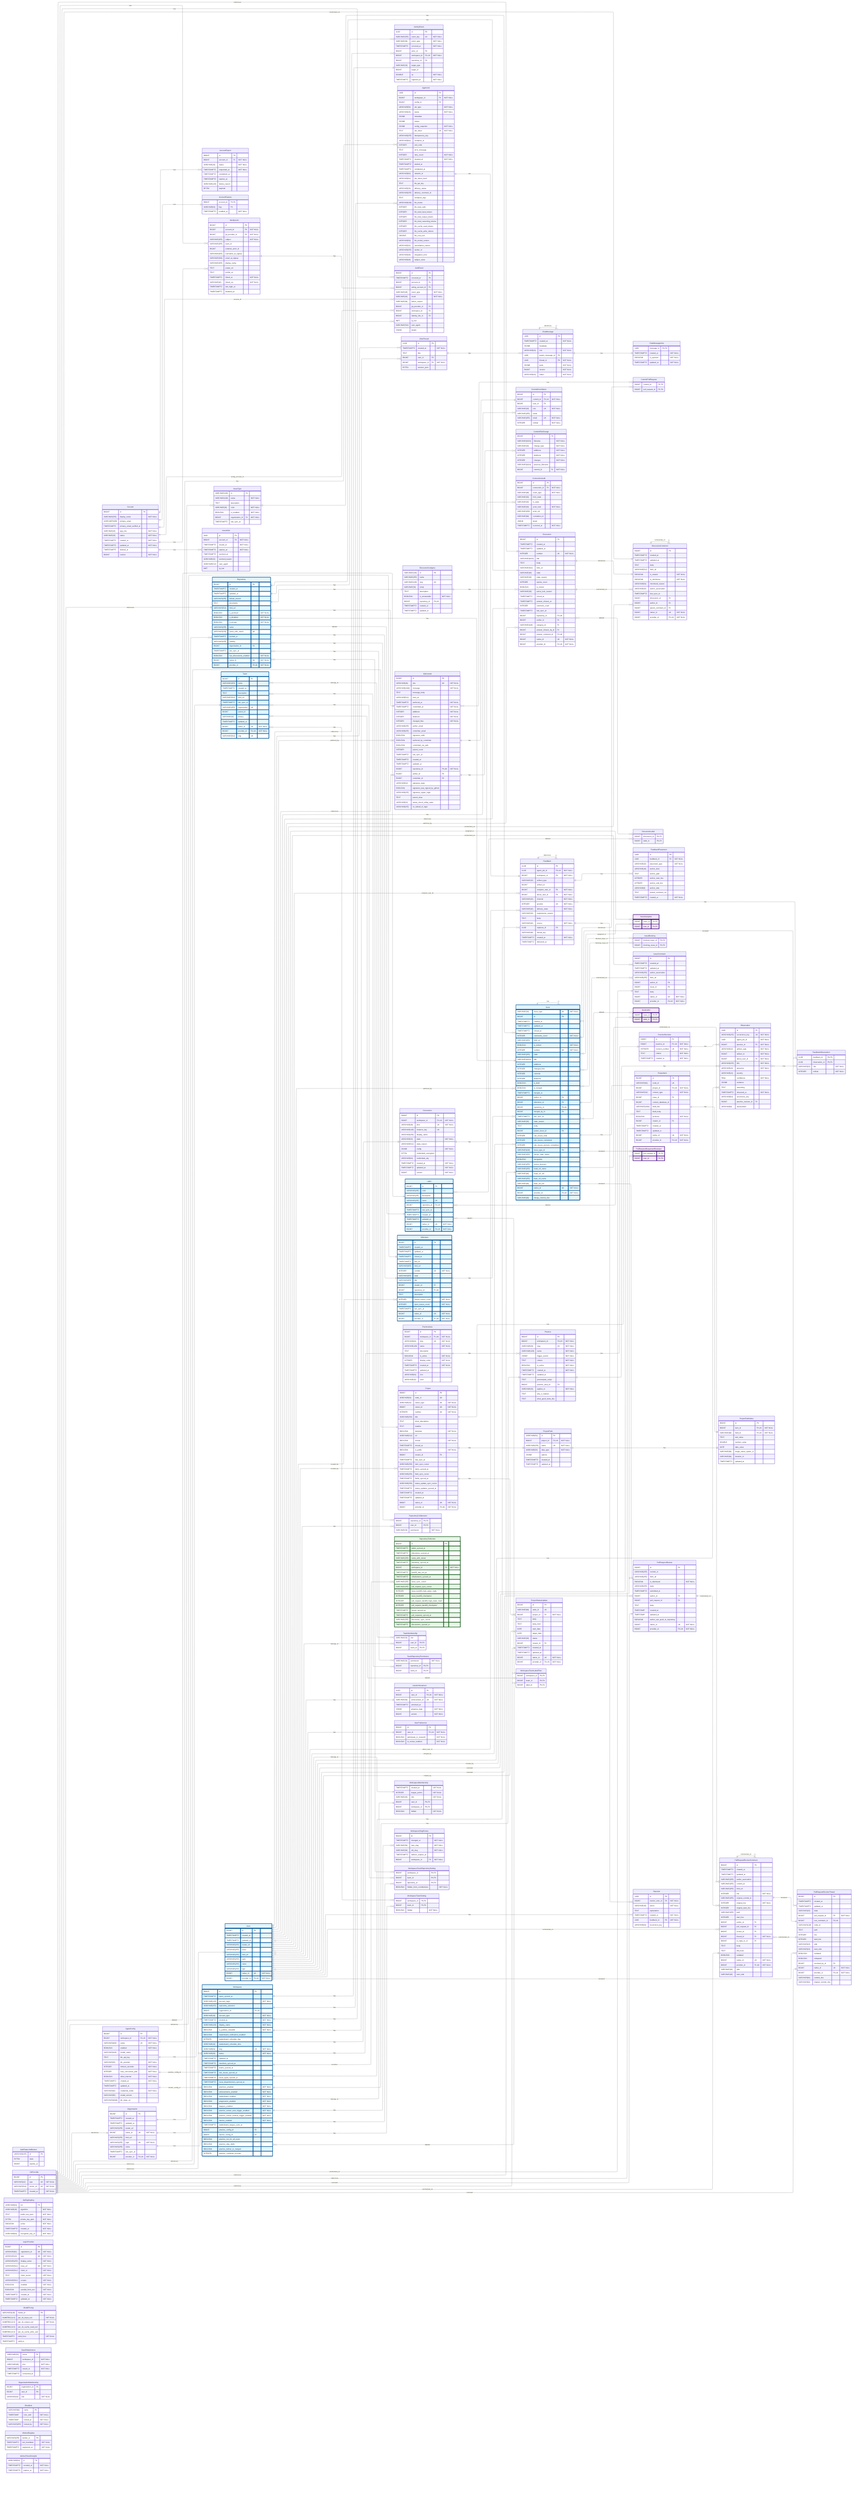
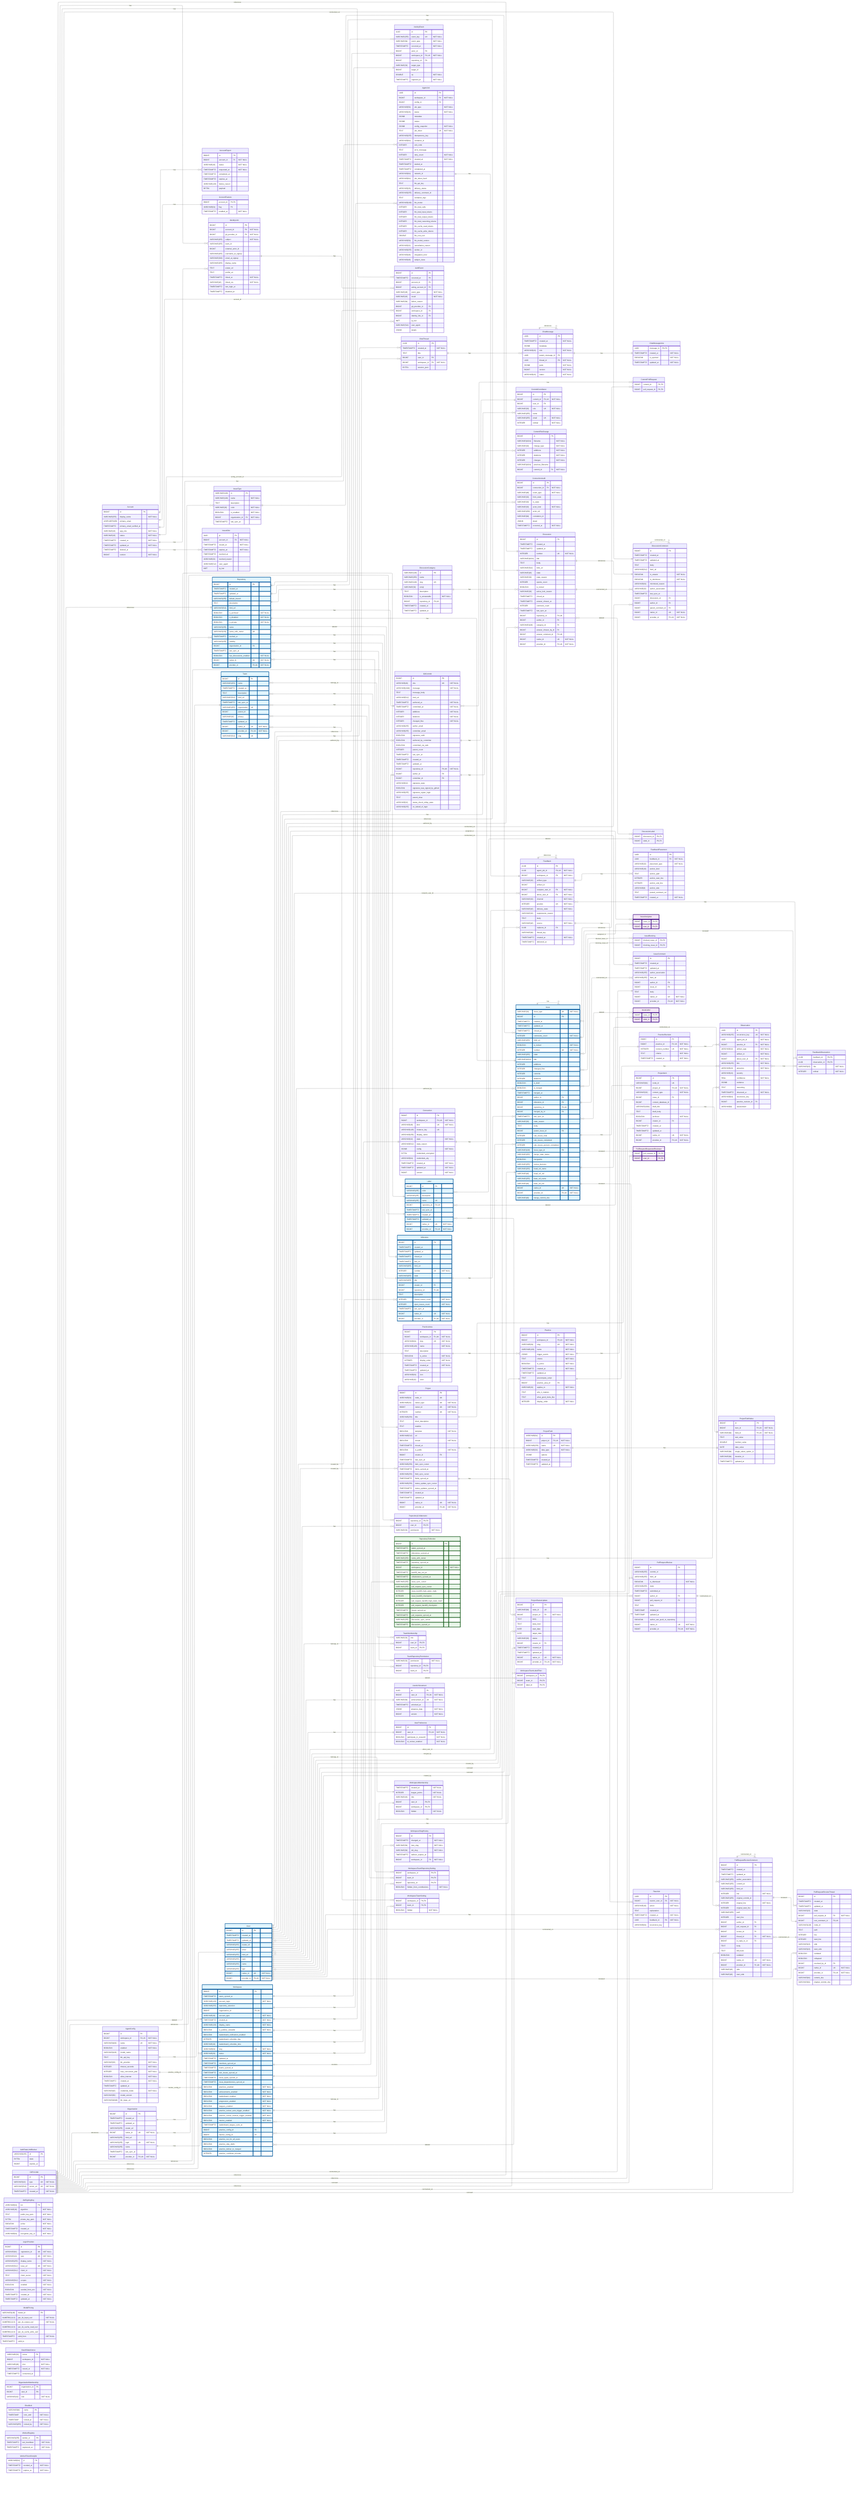
---
config:
    layout: elk
---
erDiagram
    %% Generated automatically from PostgreSQL database schema
    %% using scripts/generate-mermaid-erd.ts
    %% To regenerate: pnpm run db:generate-erd-docs

    direction LR

    Account {
        BIGINT id PK
        VARCHAR(255) display_name "NOT NULL"
        USER-DEFINED primary_email
        TIMESTAMPTZ primary_email_verified_at
        VARCHAR(16) app_role "NOT NULL"
        VARCHAR(16) status "NOT NULL"
        TIMESTAMPTZ created_at "NOT NULL"
        TIMESTAMPTZ updated_at "NOT NULL"
        TIMESTAMPTZ deleted_at
        BIGINT version "NOT NULL"
    }

    AccountExport {
        BIGINT id PK
        BIGINT account_id FK "NOT NULL"
        VARCHAR(16) status "NOT NULL"
        TIMESTAMPTZ requested_at "NOT NULL"
        TIMESTAMPTZ completed_at
        TIMESTAMPTZ expires_at
        VARCHAR(128) failure_reason
        BYTEA payload
    }

    AccountFeature {
        BIGINT account_id PK,FK
        VARCHAR(64) flag PK
        TIMESTAMPTZ enabled_at "NOT NULL"
    }

    ActivityEvent {
        UUID id PK
        VARCHAR(255) event_key UK "NOT NULL"
        VARCHAR(64) event_type "NOT NULL"
        TIMESTAMPTZ occurred_at "NOT NULL"
        BIGINT actor_id FK
        BIGINT workspace_id FK,UK "NOT NULL"
        BIGINT repository_id FK
        VARCHAR(32) target_type
        BIGINT target_id
        DOUBLE xp "NOT NULL"
        TIMESTAMPTZ ingested_at "NOT NULL"
    }

    AgentConfig {
        BIGINT id PK
        BIGINT workspace_id FK,UK "NOT NULL"
        VARCHAR(100) name UK "NOT NULL"
        BOOLEAN enabled "NOT NULL"
        VARCHAR(128) model_name
        TEXT llm_api_key
        VARCHAR(32) llm_provider "NOT NULL"
        INTEGER timeout_seconds "NOT NULL"
        INTEGER max_concurrent_jobs "NOT NULL"
        BOOLEAN allow_internet "NOT NULL"
        TIMESTAMPTZ created_at "NOT NULL"
        TIMESTAMPTZ updated_at
        VARCHAR(16) credential_mode "NOT NULL"
        VARCHAR(50) model_version
        VARCHAR(2048) llm_base_url
    }

    AgentJob {
        UUID id PK
        BIGINT workspace_id FK "NOT NULL"
        BIGINT config_id FK
        VARCHAR(50) job_type "NOT NULL"
        VARCHAR(20) status "NOT NULL"
        JSONB metadata
        JSONB output
        JSONB config_snapshot "NOT NULL"
        TEXT job_token UK "NOT NULL"
        VARCHAR(255) idempotency_key
        VARCHAR(64) container_id
        INTEGER exit_code
        TEXT error_message
        INTEGER retry_count "NOT NULL"
        TIMESTAMPTZ created_at "NOT NULL"
        TIMESTAMPTZ started_at
        TIMESTAMPTZ completed_at
        VARCHAR(64) network_id
        VARCHAR(64) job_token_hash
        TEXT llm_api_key
        VARCHAR(20) delivery_status
        VARCHAR(255) delivery_comment_id
        TEXT container_logs
        VARCHAR(100) llm_model
        INTEGER llm_total_calls
        INTEGER llm_total_input_tokens
        INTEGER llm_total_output_tokens
        INTEGER llm_total_reasoning_tokens
        INTEGER llm_cache_read_tokens
        INTEGER llm_cache_write_tokens
        DOUBLE llm_cost_usd
        VARCHAR(50) llm_model_version
        VARCHAR(32) cancellation_reason
        VARCHAR(255) worker_id
        VARCHAR(48) integration_kind
        VARCHAR(48) subject_class
    }

    AuthEvent {
        BIGINT id PK
        TIMESTAMPTZ occurred_at PK
        BIGINT account_id FK
        BIGINT acting_account_id FK
        VARCHAR(48) event_type "NOT NULL"
        VARCHAR(16) result "NOT NULL"
        VARCHAR(64) failure_reason
        BIGINT git_provider_id FK
        BIGINT workspace_id FK
        BIGINT identity_link_id FK
        INET ip_inet
        VARCHAR(512) user_agent
        JSONB details
    }

    AuthRateLimitBucket {
        VARCHAR(255) id PK
        BYTEA state
        BIGINT expires_at
    }

    ChatMessage {
        UUID id PK
        TIMESTAMPTZ created_at "NOT NULL"
        JSONB metadata
        VARCHAR(16) role "NOT NULL"
        UUID parent_message_id FK
        UUID thread_id FK "NOT NULL"
        JSONB parts "NOT NULL"
        BIGINT version "NOT NULL"
        VARCHAR(16) status "NOT NULL"
    }

    ChatMessageVote {
        UUID message_id PK,FK
        TIMESTAMPTZ created_at "NOT NULL"
        BOOLEAN is_upvoted "NOT NULL"
        TIMESTAMPTZ updated_at "NOT NULL"
    }

    ChatThread {
        UUID id PK
        TIMESTAMPTZ created_at "NOT NULL"
        TEXT title
        BIGINT user_id FK
        BIGINT workspace_id FK "NOT NULL"
        BYTEA session_jsonl
    }

    CommitContributor {
        BIGINT id PK
        BIGINT commit_id FK,UK "NOT NULL"
        BIGINT user_id FK
        VARCHAR(32) role UK "NOT NULL"
        VARCHAR(255) name
        VARCHAR(255) email UK "NOT NULL"
        INTEGER ordinal "NOT NULL"
    }

    CommitFileChange {
        BIGINT id PK
        VARCHAR(1024) filename "NOT NULL"
        VARCHAR(32) change_type "NOT NULL"
        INTEGER additions "NOT NULL"
        INTEGER deletions "NOT NULL"
        INTEGER changes "NOT NULL"
        VARCHAR(1024) previous_filename
        BIGINT commit_id FK "NOT NULL"
    }

    CommitPullRequest {
        BIGINT commit_id PK,FK
        BIGINT pull_request_id PK,FK
    }

    Connection {
        BIGINT id PK
        BIGINT workspace_id FK,UK "NOT NULL"
        VARCHAR(48) kind UK "NOT NULL"
        VARCHAR(128) instance_key UK
        VARCHAR(256) display_name
        VARCHAR(32) state "NOT NULL"
        VARCHAR(512) state_reason
        JSONB config "NOT NULL"
        BYTEA credentials_encrypted
        VARCHAR(64) credentials_alg
        TIMESTAMPTZ created_at "NOT NULL"
        TIMESTAMPTZ updated_at "NOT NULL"
        BIGINT version "NOT NULL"
    }

    ConnectionAudit {
        BIGINT id PK
        BIGINT connection_id FK "NOT NULL"
        VARCHAR(48) event_type "NOT NULL"
        VARCHAR(32) from_state
        VARCHAR(32) to_state
        VARCHAR(32) actor_kind "NOT NULL"
        VARCHAR(256) actor_ref
        VARCHAR(64) correlation_id
        JSONB detail
        TIMESTAMPTZ occurred_at "NOT NULL"
    }

    Discussion {
        BIGINT id PK
        TIMESTAMPTZ created_at
        TIMESTAMPTZ updated_at
        INTEGER number UK "NOT NULL"
        VARCHAR(1024) title
        TEXT body
        VARCHAR(512) html_url
        VARCHAR(16) state
        VARCHAR(32) state_reason
        INTEGER upvote_count
        BOOLEAN is_locked
        VARCHAR(32) active_lock_reason
        TIMESTAMPTZ closed_at
        TIMESTAMPTZ answer_chosen_at
        INTEGER comment_count
        TIMESTAMPTZ last_sync_at
        BIGINT repository_id FK,UK
        BIGINT author_id FK
        VARCHAR(128) category_id FK
        BIGINT answer_chosen_by_id FK
        BIGINT answer_comment_id FK,UK
        BIGINT native_id UK "NOT NULL"
        BIGINT provider_id FK,UK "NOT NULL"
    }

    DiscussionCategory {
        VARCHAR(128) id PK
        VARCHAR(255) name
        VARCHAR(128) slug UK
        VARCHAR(32) emoji
        TEXT description
        BOOLEAN is_answerable "NOT NULL"
        BIGINT repository_id FK,UK
        TIMESTAMPTZ created_at
        TIMESTAMPTZ updated_at
    }

    DiscussionComment {
        BIGINT id PK
        TIMESTAMPTZ created_at
        TIMESTAMPTZ updated_at
        TEXT body
        VARCHAR(512) html_url
        BOOLEAN is_answer "NOT NULL"
        BOOLEAN is_minimized "NOT NULL"
        VARCHAR(64) minimized_reason
        VARCHAR(32) author_association
        TIMESTAMPTZ last_sync_at
        BIGINT discussion_id FK
        BIGINT author_id FK
        BIGINT parent_comment_id FK
        BIGINT native_id UK "NOT NULL"
        BIGINT provider_id FK,UK "NOT NULL"
    }

    DiscussionLabel {
        BIGINT discussion_id PK,FK
        BIGINT label_id PK,FK
    }

    Feedback {
        UUID id PK
        UUID agent_job_id FK,UK "NOT NULL"
        BIGINT workspace_id FK "NOT NULL"
        VARCHAR(32) artifact_type
        BIGINT artifact_id
        BIGINT recipient_user_id FK "NOT NULL"
        BIGINT about_user_id FK "NOT NULL"
        VARCHAR(32) channel "NOT NULL"
        INTEGER position UK "NOT NULL"
        VARCHAR(16) delivery_state "NOT NULL"
        VARCHAR(32) suppression_reason
        TEXT body
        VARCHAR(16) source "NOT NULL"
        UUID replaces_id FK
        VARCHAR(64) thread_key
        TIMESTAMPTZ created_at "NOT NULL"
        TIMESTAMPTZ delivered_at
    }

    FeedbackObservation {
        UUID feedback_id PK,FK
        UUID observation_id PK,FK
        VARCHAR(16) role "NOT NULL"
        INTEGER ordinal "NOT NULL"
    }

    FeedbackPlacement {
        UUID id PK
        UUID feedback_id FK "NOT NULL"
        VARCHAR(32) placement_type "NOT NULL"
        VARCHAR(16) anchor_kind
        TEXT anchor_path
        INTEGER anchor_start_line
        INTEGER anchor_end_line
        VARCHAR(8) anchor_side
        TEXT posted_comment_ref
        TIMESTAMPTZ created_at "NOT NULL"
    }

    GitCommit {
        BIGINT id PK
        VARCHAR(40) sha UK "NOT NULL"
        VARCHAR(1024) message "NOT NULL"
        TEXT message_body
        VARCHAR(512) html_url
        TIMESTAMPTZ authored_at "NOT NULL"
        TIMESTAMPTZ committed_at "NOT NULL"
        INTEGER additions "NOT NULL"
        INTEGER deletions "NOT NULL"
        INTEGER changed_files "NOT NULL"
        VARCHAR(255) author_email
        VARCHAR(255) committer_email
        BOOLEAN signature_valid
        BOOLEAN authored_by_committer
        BOOLEAN committed_via_web
        INTEGER parent_count
        TIMESTAMPTZ last_sync_at
        TIMESTAMPTZ created_at
        TIMESTAMPTZ updated_at
        BIGINT repository_id FK,UK "NOT NULL"
        BIGINT author_id FK
        BIGINT committer_id FK
        VARCHAR(32) signature_state
        BOOLEAN signature_was_signed_by_github
        VARCHAR(255) signature_signer_login
        TEXT parent_shas
        VARCHAR(32) status_check_rollup_state
        VARCHAR(255) on_behalf_of_login
    }

    GitProvider {
        BIGINT id PK
        VARCHAR(10) type UK "NOT NULL"
        VARCHAR(512) server_url UK "NOT NULL"
        TIMESTAMPTZ created_at "NOT NULL"
    }

    IdentityLink {
        BIGINT id PK
        BIGINT account_id FK "NOT NULL"
        BIGINT git_provider_id FK "NOT NULL"
        VARCHAR(255) subject "NOT NULL"
        VARCHAR(255) team_id
        BIGINT external_actor_id
        VARCHAR(255) username_at_signup
        VARCHAR(320) email_at_signup
        VARCHAR(255) display_name
        TEXT avatar_url
        TEXT profile_url
        TIMESTAMPTZ linked_at "NOT NULL"
        VARCHAR(16) linked_via "NOT NULL"
        TIMESTAMPTZ last_login_at
        TIMESTAMPTZ disabled_at
    }

    Issue {
        VARCHAR(31) issue_type UK "NOT NULL"
        BIGINT id PK
        TIMESTAMPTZ created_at
        TIMESTAMPTZ updated_at
        TIMESTAMPTZ closed_at
        INTEGER comments_count "NOT NULL"
        VARCHAR(255) html_url
        BOOLEAN is_locked "NOT NULL"
        INTEGER number UK "NOT NULL"
        VARCHAR(255) state
        VARCHAR(1024) title
        INTEGER additions
        INTEGER changed_files
        INTEGER commits
        INTEGER deletions
        BOOLEAN is_draft
        BOOLEAN is_merged
        TIMESTAMPTZ merged_at
        BIGINT author_id FK
        BIGINT milestone_id FK
        BIGINT repository_id FK,UK
        BIGINT merged_by_id FK
        TIMESTAMPTZ last_sync_at
        VARCHAR(32) state_reason
        TEXT body
        BIGINT parent_issue_id FK
        INTEGER sub_issues_total
        INTEGER sub_issues_completed
        INTEGER sub_issues_percent_completed
        VARCHAR(128) issue_type_id FK
        VARCHAR(255) merge_state_status
        BOOLEAN mergeable
        VARCHAR(255) review_decision
        VARCHAR(255) head_ref_name
        VARCHAR(40) head_ref_oid
        VARCHAR(255) base_ref_name
        VARCHAR(40) base_ref_oid
        BIGINT native_id UK "NOT NULL"
        BIGINT provider_id FK,UK "NOT NULL"
        VARCHAR(40) merge_commit_sha
    }

    IssueAssignee {
        BIGINT issue_id PK,FK
        BIGINT user_id PK,FK
    }

    IssueBlocking {
        BIGINT blocked_issue_id PK,FK
        BIGINT blocking_issue_id PK,FK
    }

    IssueComment {
        BIGINT id PK
        TIMESTAMPTZ created_at
        TIMESTAMPTZ updated_at
        VARCHAR(255) author_association
        VARCHAR(255) html_url
        BIGINT author_id FK
        BIGINT issue_id FK
        TEXT body
        BIGINT native_id UK "NOT NULL"
        BIGINT provider_id FK,UK "NOT NULL"
    }

    IssueLabel {
        BIGINT issue_id PK,FK
        BIGINT label_id PK,FK
    }

    IssueType {
        VARCHAR(128) id PK
        VARCHAR(128) name "NOT NULL"
        TEXT description
        VARCHAR(20) color "NOT NULL"
        BOOLEAN is_enabled "NOT NULL"
        BIGINT organization_id FK "NOT NULL"
        TIMESTAMPTZ last_sync_at
    }

    IssuedJwt {
        UUID jti PK
        BIGINT account_id FK "NOT NULL"
        TIMESTAMPTZ issued_at "NOT NULL"
        TIMESTAMPTZ expires_at "NOT NULL"
        TIMESTAMPTZ revoked_at
        VARCHAR(32) revoked_reason
        VARCHAR(512) user_agent
        INET ip_inet
    }

    JwtSigningKey {
        VARCHAR(64) kid PK
        VARCHAR(16) algorithm "NOT NULL"
        TEXT public_key_pem "NOT NULL"
        BYTEA private_key_pem "NOT NULL"
        BOOLEAN active "NOT NULL"
        TIMESTAMPTZ created_at "NOT NULL"
        VARCHAR(64) encryption_key_id "NOT NULL"
    }

    Label {
        BIGINT id PK
        VARCHAR(255) color
        VARCHAR(255) description
        VARCHAR(255) name UK
        BIGINT repository_id FK,UK
        TIMESTAMPTZ last_sync_at
        TIMESTAMPTZ created_at
        TIMESTAMPTZ updated_at
        BIGINT native_id UK "NOT NULL"
        BIGINT provider_id FK,UK "NOT NULL"
    }

    LoginProvider {
        BIGINT id PK
        VARCHAR(64) registration_id UK "NOT NULL"
        VARCHAR(10) type UK "NOT NULL"
        VARCHAR(255) display_name "NOT NULL"
        VARCHAR(512) base_url UK "NOT NULL"
        VARCHAR(512) client_id "NOT NULL"
        TEXT client_secret "NOT NULL"
        VARCHAR(512) scopes "NOT NULL"
        BOOLEAN enabled "NOT NULL"
        BOOLEAN seeded_from_env "NOT NULL"
        TIMESTAMPTZ created_at "NOT NULL"
        TIMESTAMPTZ updated_at "NOT NULL"
    }

    Milestone {
        BIGINT id PK
        TIMESTAMPTZ created_at
        TIMESTAMPTZ updated_at
        TIMESTAMPTZ closed_at
        TIMESTAMPTZ due_on
        VARCHAR(255) html_url
        INTEGER number UK "NOT NULL"
        VARCHAR(255) state
        VARCHAR(255) title
        BIGINT creator_id FK
        BIGINT repository_id FK,UK
        TEXT description
        INTEGER closed_issues_count "NOT NULL"
        INTEGER open_issues_count "NOT NULL"
        TIMESTAMPTZ last_sync_at
        BIGINT native_id UK "NOT NULL"
        BIGINT provider_id FK,UK "NOT NULL"
    }

    ModelPricing {
        VARCHAR(128) model_id PK
        NUMERIC(12,6) per_1k_input_usd "NOT NULL"
        NUMERIC(12,6) per_1k_output_usd "NOT NULL"
        NUMERIC(12,6) per_1k_cache_read_usd
        NUMERIC(12,6) per_1k_cache_write_usd
        TIMESTAMPTZ valid_from "NOT NULL"
        TIMESTAMPTZ valid_to
    }

    OauthStateNonce {
        VARCHAR(32) nonce PK
        BIGINT workspace_id "NOT NULL"
        VARCHAR(48) kind "NOT NULL"
        TIMESTAMPTZ issued_at "NOT NULL"
        TIMESTAMPTZ consumed_at
    }

    Observation {
        UUID id PK
        VARCHAR(255) occurrence_key UK "NOT NULL"
        UUID agent_job_id "NOT NULL"
        BIGINT practice_id FK "NOT NULL"
        VARCHAR(32) artifact_type "NOT NULL"
        BIGINT artifact_id "NOT NULL"
        BIGINT about_user_id FK "NOT NULL"
        VARCHAR(255) title "NOT NULL"
        VARCHAR(16) presence "NOT NULL"
        VARCHAR(16) severity
        REAL confidence "NOT NULL"
        JSONB evidence
        TEXT reasoning
        TIMESTAMPTZ observed_at "NOT NULL"
        VARCHAR(64) recurrence_key
        BIGINT practice_revision_id FK
        VARCHAR(8) assessment
    }

    Organization {
        BIGINT id PK
        TIMESTAMPTZ created_at
        TIMESTAMPTZ updated_at
        VARCHAR(255) avatar_url
        BIGINT native_id UK "NOT NULL"
        VARCHAR(255) html_url
        VARCHAR(255) login UK "NOT NULL"
        VARCHAR(255) name
        TIMESTAMPTZ last_sync_at
        BIGINT provider_id FK,UK "NOT NULL"
    }

    OrganizationMembership {
        BIGINT organization_id PK
        BIGINT user_id PK
        VARCHAR(32) role "NOT NULL"
    }

    Practice {
        BIGINT id PK
        BIGINT workspace_id FK,UK "NOT NULL"
        VARCHAR(64) slug UK "NOT NULL"
        VARCHAR(128) name "NOT NULL"
        JSONB trigger_events "NOT NULL"
        TEXT criteria "NOT NULL"
        BOOLEAN is_active "NOT NULL"
        TIMESTAMPTZ created_at "NOT NULL"
        TIMESTAMPTZ updated_at
        TEXT precompute_script
        BIGINT practice_area_id FK
        VARCHAR(32) applies_to "NOT NULL"
        TEXT why_it_matters
        TEXT what_good_looks_like
+         INTEGER display_order "NOT NULL"
    }

    PracticeArea {
        BIGINT id PK
        BIGINT workspace_id FK,UK "NOT NULL"
        VARCHAR(64) slug UK "NOT NULL"
        VARCHAR(128) name "NOT NULL"
        TEXT description
        BOOLEAN is_active "NOT NULL"
        INTEGER display_order "NOT NULL"
        TIMESTAMPTZ created_at "NOT NULL"
        TIMESTAMPTZ updated_at
        VARCHAR(64) icon
        VARCHAR(32) color
    }

    PracticeRevision {
        BIGINT id PK
        BIGINT practice_id FK,UK "NOT NULL"
        INTEGER revision_number UK "NOT NULL"
        TEXT criteria "NOT NULL"
        TIMESTAMPTZ created_at "NOT NULL"
    }

    Project {
        BIGINT id PK
        VARCHAR(64) node_id UK
        VARCHAR(32) owner_type UK "NOT NULL"
        BIGINT owner_id UK "NOT NULL"
        INTEGER number UK "NOT NULL"
        VARCHAR(256) title
        TEXT short_description
        TEXT readme
        BOOLEAN template "NOT NULL"
        VARCHAR(512) url
        BOOLEAN closed "NOT NULL"
        TIMESTAMPTZ closed_at
        BOOLEAN is_public "NOT NULL"
        BIGINT creator_id FK
        TIMESTAMPTZ last_sync_at
        VARCHAR(256) item_sync_cursor
        TIMESTAMPTZ items_synced_at
        VARCHAR(256) field_sync_cursor
        TIMESTAMPTZ fields_synced_at
        VARCHAR(256) status_update_sync_cursor
        TIMESTAMPTZ status_updates_synced_at
        TIMESTAMPTZ created_at
        TIMESTAMPTZ updated_at
        BIGINT native_id UK "NOT NULL"
        BIGINT provider_id FK,UK "NOT NULL"
    }

    ProjectField {
        VARCHAR(64) id PK
        BIGINT project_id FK,UK "NOT NULL"
        VARCHAR(256) name UK "NOT NULL"
        VARCHAR(32) data_type "NOT NULL"
        JSONB options
        TIMESTAMPTZ created_at
        TIMESTAMPTZ updated_at
    }

    ProjectFieldValue {
        BIGINT id PK
        BIGINT item_id FK,UK "NOT NULL"
        VARCHAR(64) field_id FK,UK "NOT NULL"
        TEXT text_value
        DOUBLE number_value
        DATE date_value
        VARCHAR(64) single_select_option_id
        VARCHAR(64) iteration_id
        TIMESTAMPTZ updated_at
    }

    ProjectItem {
        BIGINT id PK
        VARCHAR(64) node_id UK
        BIGINT project_id FK,UK "NOT NULL"
        VARCHAR(32) content_type "NOT NULL"
        BIGINT issue_id FK
        BIGINT content_database_id
        VARCHAR(1024) draft_title
        TEXT draft_body
        BOOLEAN archived "NOT NULL"
        BIGINT creator_id FK
        TIMESTAMPTZ created_at
        TIMESTAMPTZ updated_at
        BIGINT native_id UK "NOT NULL"
        BIGINT provider_id FK,UK "NOT NULL"
    }

    ProjectStatusUpdate {
        BIGINT id PK
        VARCHAR(64) node_id UK
        BIGINT project_id FK "NOT NULL"
        TEXT body
        TEXT body_html
        DATE start_date
        DATE target_date
        VARCHAR(32) status
        BIGINT creator_id FK
        TIMESTAMPTZ created_at
        TIMESTAMPTZ updated_at
        BIGINT native_id UK "NOT NULL"
        BIGINT provider_id FK,UK "NOT NULL"
    }

    PullRequestRequestedReviewer {
        BIGINT pull_request_id PK,FK
        BIGINT user_id PK,FK
    }

    PullRequestReview {
        BIGINT id PK
        VARCHAR(255) commit_id
        VARCHAR(255) html_url
        BOOLEAN is_dismissed "NOT NULL"
        VARCHAR(255) state
        TIMESTAMPTZ submitted_at
        BIGINT author_id FK
        BIGINT pull_request_id FK
        TEXT body
        TIMESTAMP created_at
        TIMESTAMP updated_at
        BOOLEAN author_can_push_to_repository
        BIGINT native_id UK "NOT NULL"
        BIGINT provider_id FK,UK "NOT NULL"
    }

    PullRequestReviewComment {
        BIGINT id PK
        TIMESTAMPTZ created_at
        TIMESTAMPTZ updated_at
        VARCHAR(255) author_association
        VARCHAR(255) commit_id
        VARCHAR(255) html_url
        INTEGER line "NOT NULL"
        VARCHAR(255) original_commit_id
        INTEGER original_line "NOT NULL"
        INTEGER original_start_line
        VARCHAR(255) path
        INTEGER start_line
        BIGINT author_id FK
        BIGINT pull_request_id FK
        BIGINT review_id FK
        BIGINT thread_id FK "NOT NULL"
        BIGINT in_reply_to_id FK
        TEXT body
        TEXT diff_hunk
        BOOLEAN outdated
        BIGINT native_id UK "NOT NULL"
        BIGINT provider_id FK,UK "NOT NULL"
        VARCHAR(16) side
        VARCHAR(16) start_side
    }

    PullRequestReviewThread {
        BIGINT id PK
        TIMESTAMPTZ created_at
        TIMESTAMPTZ updated_at
        VARCHAR(20) state
        BIGINT pull_request_id FK "NOT NULL"
        BIGINT root_comment_id FK,UK
        VARCHAR(128) node_id
        TEXT path
        INTEGER line
        INTEGER start_line
        VARCHAR(16) side
        VARCHAR(16) start_side
        BOOLEAN outdated
        BOOLEAN collapsed
        BIGINT resolved_by_id FK
        BIGINT native_id UK "NOT NULL"
        BIGINT provider_id FK,UK "NOT NULL"
        VARCHAR(64) commit_sha
        VARCHAR(64) original_commit_sha
    }

    Reaction {
        UUID id PK
        BIGINT reactor_user_id FK "NOT NULL"
        VARCHAR(16) action "NOT NULL"
        TEXT explanation
        TIMESTAMPTZ created_at "NOT NULL"
        UUID feedback_id FK "NOT NULL"
        VARCHAR(64) recurrence_key
    }

    Repository {
        BIGINT id PK
        TIMESTAMPTZ created_at
        TIMESTAMPTZ updated_at
        VARCHAR(255) default_branch
        TEXT description
        VARCHAR(512) html_url
        BOOLEAN is_archived "NOT NULL"
        BOOLEAN is_disabled "NOT NULL"
        BOOLEAN is_private "NOT NULL"
        VARCHAR(255) name
        VARCHAR(150) name_with_owner UK
        TIMESTAMPTZ pushed_at
        VARCHAR(255) visibility
        BIGINT organization_id FK
        TIMESTAMPTZ last_sync_at
        BOOLEAN has_discussions_enabled "NOT NULL"
        BIGINT native_id UK "NOT NULL"
        BIGINT provider_id FK,UK "NOT NULL"
    }

    RepositoryCollaborator {
        BIGINT repository_id PK,FK
        BIGINT user_id PK,FK
        VARCHAR(32) permission "NOT NULL"
    }

    RepositoryToMonitor {
        BIGINT id PK
        TIMESTAMPTZ labels_synced_at
        TIMESTAMPTZ milestones_synced_at
        VARCHAR(255) name_with_owner
        TIMESTAMPTZ repository_synced_at
        BIGINT workspace_id FK "NOT NULL"
        TIMESTAMPTZ backfill_last_run_at
        TIMESTAMPTZ collaborators_synced_at
        VARCHAR(255) issue_sync_cursor
        VARCHAR(255) pull_request_sync_cursor
        INTEGER issue_backfill_high_water_mark
        INTEGER issue_backfill_checkpoint
        INTEGER pull_request_backfill_high_water_mark
        INTEGER pull_request_backfill_checkpoint
        TIMESTAMPTZ issues_synced_at
        TIMESTAMPTZ pull_requests_synced_at
        VARCHAR(255) discussion_sync_cursor
        TIMESTAMPTZ discussions_synced_at
    }

    Shedlock {
        VARCHAR(64) name PK
        TIMESTAMP lock_until "NOT NULL"
        TIMESTAMP locked_at "NOT NULL"
        VARCHAR(255) locked_by "NOT NULL"
    }

    Team {
        BIGINT id PK
        VARCHAR(255) name
        TIMESTAMPTZ created_at
        TEXT description
        VARCHAR(512) html_url
        TIMESTAMPTZ last_sync_at
        VARCHAR(255) organization UK
        BIGINT parent_id
        VARCHAR(32) privacy
        TIMESTAMPTZ updated_at
        BIGINT native_id UK "NOT NULL"
        BIGINT provider_id FK,UK "NOT NULL"
        VARCHAR(512) slug UK
    }

    TeamMembership {
        VARCHAR(32) role
        BIGINT user_id PK,FK
        BIGINT team_id PK,FK
    }

    TeamRepositoryPermission {
        VARCHAR(32) permission "NOT NULL"
        BIGINT repository_id PK,FK
        BIGINT team_id PK,FK
    }

    User {
        BIGINT id PK
        TIMESTAMPTZ created_at
        TIMESTAMPTZ updated_at
        VARCHAR(255) avatar_url
        VARCHAR(255) email
        VARCHAR(255) html_url
        VARCHAR(255) login
        VARCHAR(255) name
        VARCHAR(255) type
        BIGINT native_id UK "NOT NULL"
        BIGINT provider_id FK,UK "NOT NULL"
    }

    UserAchievement {
        UUID id PK
        BIGINT user_id FK,UK "NOT NULL"
        VARCHAR(64) achievement_id UK "NOT NULL"
        TIMESTAMPTZ unlocked_at
        JSONB progress_data "NOT NULL"
        BIGINT version "NOT NULL"
    }

    UserPreference {
        BIGINT id PK
        BIGINT user_id FK,UK "NOT NULL"
        BOOLEAN participate_in_research "NOT NULL"
        BOOLEAN ai_review_enabled "NOT NULL"
    }

    WorkerRegistry {
        VARCHAR(255) worker_id PK
        TIMESTAMPTZ last_heartbeat "NOT NULL"
        TIMESTAMPTZ registered_at "NOT NULL"
    }

    WorkerTokenDenylist {
        VARCHAR(64) jti PK
        TIMESTAMPTZ revoked_at "NOT NULL"
        TIMESTAMPTZ expires_at "NOT NULL"
    }

    Workspace {
        BIGINT id PK
        TIMESTAMPTZ users_synced_at
        VARCHAR(120) account_login "NOT NULL"
        VARCHAR(255) repository_selection
        BIGINT organization_id FK,UK
        VARCHAR(10) account_type "NOT NULL"
        TIMESTAMPTZ created_at "NOT NULL"
        VARCHAR(120) display_name "NOT NULL"
        BOOLEAN is_publicly_viewable "NOT NULL"
        BOOLEAN leaderboard_notification_enabled
        INTEGER leaderboard_schedule_day
        VARCHAR(10) leaderboard_schedule_time
        VARCHAR(64) slug UK "NOT NULL"
        VARCHAR(20) status "NOT NULL"
        TIMESTAMPTZ updated_at
        TIMESTAMPTZ members_synced_at
        TIMESTAMPTZ teams_synced_at
        TIMESTAMPTZ sub_issues_synced_at
        TIMESTAMPTZ issue_types_synced_at
        TIMESTAMPTZ issue_dependencies_synced_at
        BOOLEAN practices_enabled "NOT NULL"
        BOOLEAN achievements_enabled "NOT NULL"
        BOOLEAN leaderboard_enabled "NOT NULL"
        BOOLEAN progression_enabled "NOT NULL"
        BOOLEAN leagues_enabled "NOT NULL"
        BOOLEAN practice_review_auto_trigger_enabled "NOT NULL"
        BOOLEAN practice_review_manual_trigger_enabled "NOT NULL"
        BOOLEAN mentor_enabled "NOT NULL"
        TIMESTAMPTZ leaderboard_league_cycle_at
        BIGINT practice_config_id FK
        BIGINT mentor_config_id FK
        BOOLEAN practice_run_for_all_users
        BOOLEAN practice_skip_drafts
        BOOLEAN practice_deliver_to_merged
        INTEGER practice_cooldown_minutes
    }

    WorkspaceMembership {
        TIMESTAMPTZ created_at "NOT NULL"
        INTEGER league_points "NOT NULL"
        VARCHAR(16) role "NOT NULL"
        BIGINT user_id PK,FK
        BIGINT workspace_id PK,FK
        BOOLEAN hidden "NOT NULL"
    }

    WorkspaceSlugHistory {
        BIGINT id PK
        TIMESTAMPTZ changed_at "NOT NULL"
        VARCHAR(64) new_slug "NOT NULL"
        VARCHAR(64) old_slug "NOT NULL"
        TIMESTAMPTZ redirect_expires_at
        BIGINT workspace_id FK "NOT NULL"
    }

    WorkspaceTeamLabelFilter {
        BIGINT workspace_id PK,FK
        BIGINT team_id PK,FK
        BIGINT label_id PK,FK
    }

    WorkspaceTeamRepositorySetting {
        BIGINT workspace_id PK,FK
        BIGINT team_id PK,FK
        BIGINT repository_id PK,FK
        BOOLEAN hidden_from_contributions "NOT NULL"
    }

    WorkspaceTeamSetting {
        BIGINT workspace_id PK,FK
        BIGINT team_id PK,FK
        BOOLEAN hidden "NOT NULL"
    }

    %% Relationships
    %% One-to-One relationships
    Account ||--|| AccountFeature : has
    Workspace ||--|| ActivityEvent : has
    Workspace ||--|| AgentConfig : has
    ChatMessage ||--|| ChatMessageVote : has
    GitCommit ||--|| CommitContributor : has
    Workspace ||--|| Connection : has
    Repository ||--|| Discussion : has
    DiscussionComment ||--|| Discussion : references
    GitProvider ||--|| Discussion : references
    Repository ||--|| DiscussionCategory : has
    GitProvider ||--|| DiscussionComment : commented_on
    AgentJob ||--|| Feedback : has
    Repository ||--|| GitCommit : has
    Repository ||--|| Issue : has
    GitProvider ||--|| Issue : references
    GitProvider ||--|| IssueComment : commented_on
    Repository ||--|| Label : labeled
    GitProvider ||--|| Label : labeled
    Repository ||--|| Milestone : has
    GitProvider ||--|| Milestone : references
    GitProvider ||--|| Organization : references
    Workspace ||--|| Practice : has
    Workspace ||--|| PracticeArea : has
    Practice ||--|| PracticeRevision : has
    GitProvider ||--|| Project : references
    Project ||--|| ProjectField : has
    ProjectItem ||--|| ProjectFieldValue : has
    ProjectField ||--|| ProjectFieldValue : has
    Project ||--|| ProjectItem : has
    GitProvider ||--|| ProjectItem : references
    GitProvider ||--|| ProjectStatusUpdate : references
    GitProvider ||--|| PullRequestReview : reviewed
    GitProvider ||--|| PullRequestReviewComment : commented_on
    PullRequestReviewComment ||--|| PullRequestReviewThread : reviewed
    GitProvider ||--|| PullRequestReviewThread : reviewed
    GitProvider ||--|| Repository : references
    GitProvider ||--|| Team : references
    GitProvider ||--|| User : references
    User ||--|| UserAchievement : has
    User ||--|| UserPreference : has
    Organization ||--|| Workspace : has
    User ||--|| WorkspaceMembership : belongs_to
    Workspace ||--|| WorkspaceMembership : belongs_to

    %% One-to-Many relationships
    Account ||--o{ AccountExport : has
    User ||--o{ ActivityEvent : references
    Repository ||--o{ ActivityEvent : has
    Workspace ||--o{ AgentJob : has
    AgentConfig ||--o{ AgentJob : has
    Account ||--o{ AuthEvent : account_id
    Account ||--o{ AuthEvent : acting_account_id
    GitProvider ||--o{ AuthEvent : has
    Workspace ||--o{ AuthEvent : has
    IdentityLink ||--o{ AuthEvent : has
    ChatMessage ||--o{ ChatMessage : references
    ChatThread ||--o{ ChatMessage : has
    User ||--o{ ChatThread : has
    Workspace ||--o{ ChatThread : has
    User ||--o{ CommitContributor : has
    GitCommit ||--o{ CommitFileChange : has
    Connection ||--o{ ConnectionAudit : has
    User ||--o{ Discussion : authored_by
    DiscussionCategory ||--o{ Discussion : has
    User ||--o{ Discussion : references
    Discussion ||--o{ DiscussionComment : commented_on
    User ||--o{ DiscussionComment : commented_on
    DiscussionComment ||--o{ DiscussionComment : commented_on
    Workspace ||--o{ Feedback : has
    User ||--o{ Feedback : recipient_user_id
    User ||--o{ Feedback : about_user_id
    Feedback ||--o{ Feedback : references
    Feedback ||--o{ FeedbackPlacement : has
    User ||--o{ GitCommit : authored_by
    User ||--o{ GitCommit : references
    Account ||--o{ IdentityLink : has
    GitProvider ||--o{ IdentityLink : has
    User ||--o{ Issue : authored_by
    Milestone ||--o{ Issue : has
    User ||--o{ Issue : merged_by
    Issue ||--o{ Issue : has
    IssueType ||--o{ Issue : has
    User ||--o{ IssueComment : commented_on
    Issue ||--o{ IssueComment : commented_on
    Organization ||--o{ IssueType : has
    Account ||--o{ IssuedJwt : has
    User ||--o{ Milestone : created_by
    Practice ||--o{ Observation : has
    User ||--o{ Observation : has
    PracticeRevision ||--o{ Observation : has
    PracticeArea ||--o{ Practice : has
    User ||--o{ Project : created_by
    Issue ||--o{ ProjectItem : has
    User ||--o{ ProjectItem : created_by
    Project ||--o{ ProjectStatusUpdate : has
    User ||--o{ ProjectStatusUpdate : created_by
    User ||--o{ PullRequestReview : reviewed
    Issue ||--o{ PullRequestReview : reviewed
    User ||--o{ PullRequestReviewComment : commented_on
    Issue ||--o{ PullRequestReviewComment : commented_on
    PullRequestReview ||--o{ PullRequestReviewComment : commented_on
    PullRequestReviewThread ||--o{ PullRequestReviewComment : commented_on
    PullRequestReviewComment ||--o{ PullRequestReviewComment : commented_on
    Issue ||--o{ PullRequestReviewThread : reviewed
    User ||--o{ PullRequestReviewThread : reviewed
    User ||--o{ Reaction : has
    Feedback ||--o{ Reaction : has
    Organization ||--o{ Repository : has
    Workspace ||--o{ RepositoryToMonitor : monitors
    AgentConfig ||--o{ Workspace : practice_config_id
    AgentConfig ||--o{ Workspace : mentor_config_id
    Workspace ||--o{ WorkspaceSlugHistory : has

    %% Many-to-Many relationships
    GitCommit }o--o{ CommitPullRequest : has
    Issue }o--o{ CommitPullRequest : references
    Discussion }o--o{ DiscussionLabel : labeled
    Label }o--o{ DiscussionLabel : labeled
    Feedback }o--o{ FeedbackObservation : has
    Observation }o--o{ FeedbackObservation : has
    Issue }o--o{ IssueAssignee : assigned_to
    User }o--o{ IssueAssignee : assigned_to
    Issue }o--o{ IssueBlocking : blocked_issue_id
    Issue }o--o{ IssueBlocking : blocking_issue_id
    Issue }o--o{ IssueLabel : labeled
    Label }o--o{ IssueLabel : labeled
    Issue }o--o{ PullRequestRequestedReviewer : reviewed
    User }o--o{ PullRequestRequestedReviewer : reviewed
    Repository }o--o{ RepositoryCollaborator : has
    User }o--o{ RepositoryCollaborator : has
    User }o--o{ TeamMembership : belongs_to
    Team }o--o{ TeamMembership : belongs_to
    Repository }o--o{ TeamRepositoryPermission : has
    Team }o--o{ TeamRepositoryPermission : has
    Workspace }o--o{ WorkspaceTeamLabelFilter : labeled
    Team }o--o{ WorkspaceTeamLabelFilter : labeled
    Label }o--o{ WorkspaceTeamLabelFilter : labeled
    Workspace }o--o{ WorkspaceTeamRepositorySetting : has
    Team }o--o{ WorkspaceTeamRepositorySetting : has
    Repository }o--o{ WorkspaceTeamRepositorySetting : has
    Workspace }o--o{ WorkspaceTeamSetting : has
    Team }o--o{ WorkspaceTeamSetting : has

    %% Styling
    classDef primaryEntity fill:#e1f5fe,stroke:#01579b,stroke-width:2px
    classDef associationEntity fill:#f3e5f5,stroke:#4a148c,stroke-width:2px
    classDef metadataEntity fill:#e8f5e8,stroke:#1b5e20,stroke-width:2px

    class Issue primaryEntity
    class IssueAssignee associationEntity
    class IssueLabel associationEntity
    class Label primaryEntity
    class Milestone primaryEntity
    class PullRequestRequestedReviewer associationEntity
    class Repository primaryEntity
    class RepositoryToMonitor metadataEntity
    class Team primaryEntity
    class User primaryEntity
    class Workspace primaryEntity
